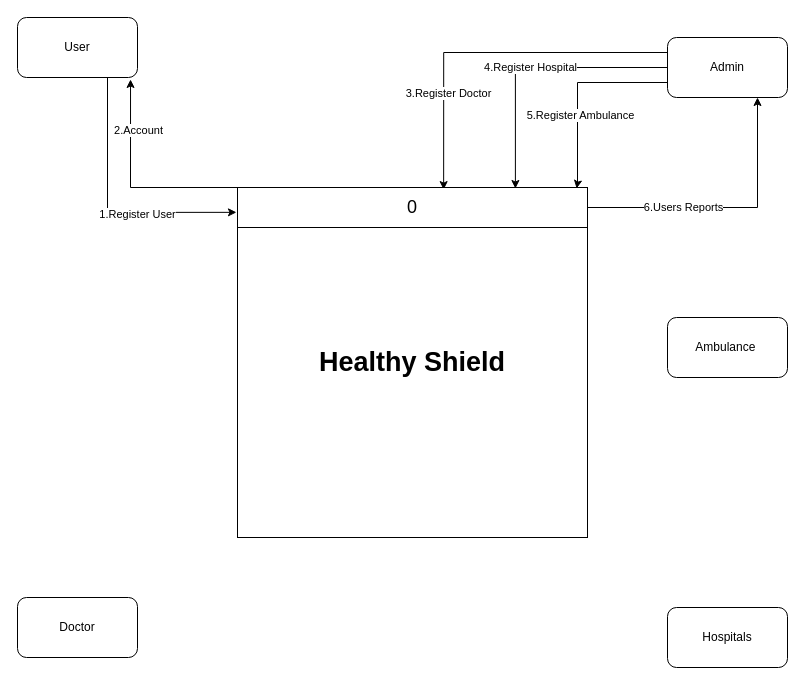
Before: Context.drawio in abdelrahmanbonna/Healthy_Shield_Analysis, a draw.io diagram. Source tidied: cells renumbered, new cells numbered last; positions are measured from the earlier drawing's top-left corner, leaving out a move shared by most shapes. Both pictures are drawn from the tidied source at 100%, with x=0, y=0 at pixel (17, 17).
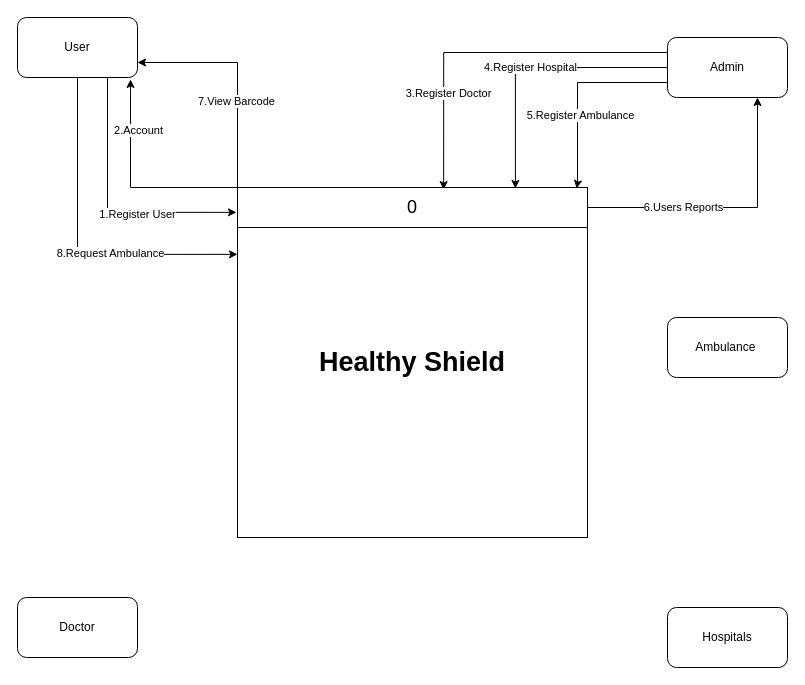
After the change.

Unchanged cells that the change refers to:
```xml
<mxCell id="4" value="&lt;font style=&quot;font-size: 27px&quot;&gt;&lt;b&gt;Healthy Shield&lt;/b&gt;&lt;/font&gt;" style="whiteSpace=wrap;html=1;" parent="1" vertex="1">
  <mxGeometry x="220" y="170" width="350" height="350" as="geometry" />
</mxCell>
<mxCell id="7" value="User" style="rounded=1;whiteSpace=wrap;html=1;" parent="1" vertex="1">
  <mxGeometry width="120" height="60" as="geometry" />
</mxCell>
<mxCell id="19" value="&lt;font style=&quot;font-size: 18px&quot;&gt;0&lt;/font&gt;" style="rounded=0;whiteSpace=wrap;html=1;" parent="1" vertex="1">
  <mxGeometry x="220" y="170" width="350" height="40" as="geometry" />
</mxCell>
```

Diff of the diagram source:
```diff
@@
+    <mxCell id="20" style="edgeStyle=orthogonalEdgeStyle;rounded=0;jettySize=auto;html=1;exitX=0.5;exitY=1;exitDx=0;exitDy=0;entryX=0;entryY=0.191;entryDx=0;entryDy=0;entryPerimeter=0;" parent="1" edge="1" source="7" target="4">
+      <mxGeometry relative="1" as="geometry" />
+    </mxCell>
+    <mxCell id="21" value="8.Request Ambulance" style="edgeLabel;html=1;align=center;verticalAlign=middle;" parent="20" vertex="1">
+      <mxGeometry x="0.04" y="32" relative="1" as="geometry" />
+    </mxCell>
@@
+    <mxCell id="22" style="edgeStyle=orthogonalEdgeStyle;rounded=0;jettySize=auto;html=1;exitX=0;exitY=0;exitDx=0;exitDy=0;entryX=1;entryY=0.75;entryDx=0;entryDy=0;" parent="1" edge="1" source="19" target="7">
+      <mxGeometry relative="1" as="geometry" />
+    </mxCell>
+    <mxCell id="23" value="7.View Barcode" style="edgeLabel;html=1;align=center;verticalAlign=middle;" parent="22" vertex="1">
+      <mxGeometry x="-0.23" y="2" relative="1" as="geometry" />
+    </mxCell>
```
